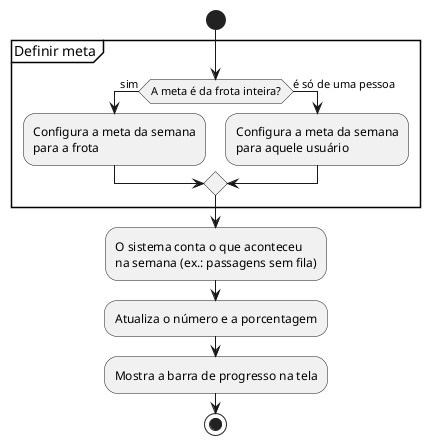
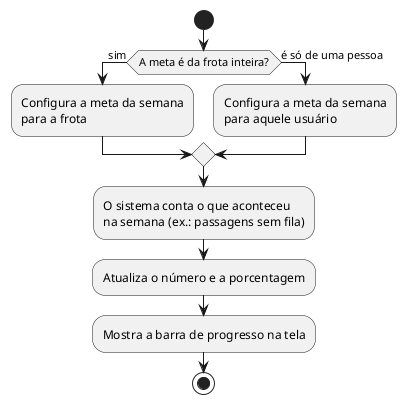
@startuml US10_Metas_Semanais
start
- partition "Definir meta" {
-   if (A meta é da frota inteira?) then (sim)
-     :Configura a meta da semana\npara a frota;
-   else (é só de uma pessoa)
-     :Configura a meta da semana\npara aquele usuário;
-   endif
- }
+ if (A meta é da frota inteira?) then (sim)
+   :Configura a meta da semana\npara a frota;
+ else (é só de uma pessoa)
+   :Configura a meta da semana\npara aquele usuário;
+ endif
:O sistema conta o que aconteceu\nna semana (ex.: passagens sem fila);
:Atualiza o número e a porcentagem;
:Mostra a barra de progresso na tela;
stop
@enduml
